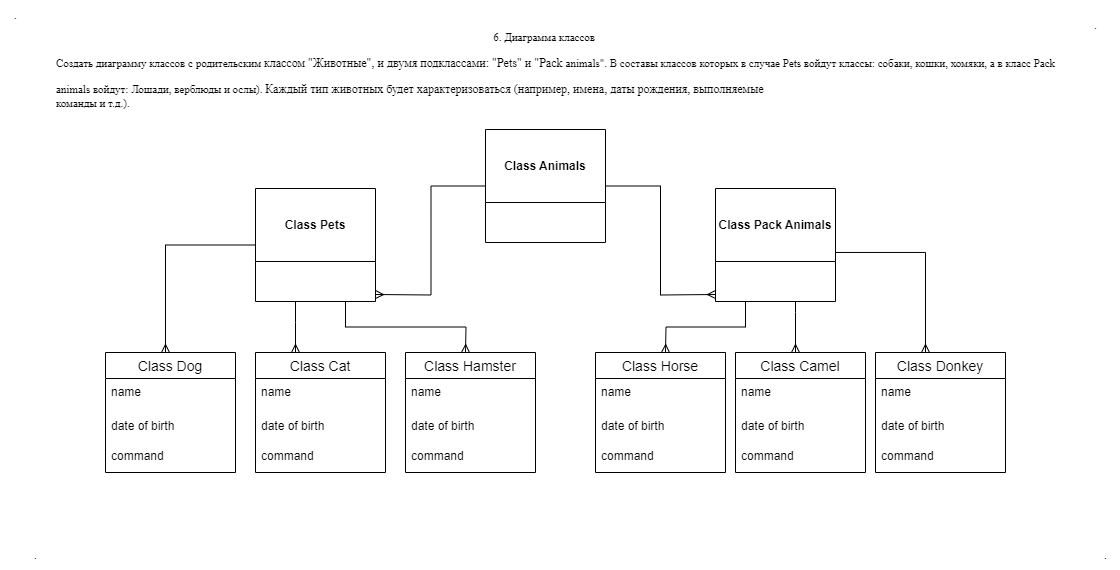
irinabassina/Final_Test_GB keeps this draw.io diagram as Diagram.drawio.png. Above is the earlier version. Source tidied: cells renumbered, new cells last; positions are measured from the earlier drawing's top-left corner, leaving out a move shared by most shapes.
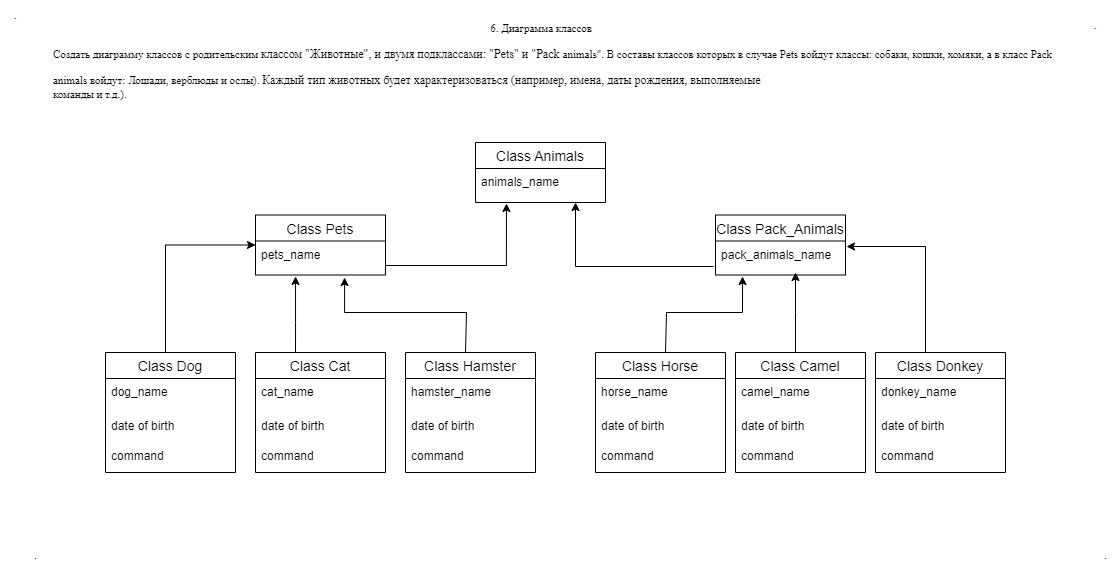
The same diagram one commit later.

The edit, as a diff of the source:
```diff
@@ -1,38 +1,36 @@
-<mxGraphModel>
+<mxGraphModel background="#FFFFFF">
   <root>
     <mxCell id="0" />
     <mxCell id="1" parent="0" />
     <mxCell id="2" value="&lt;p style=&quot;font-size: 11px; line-height: 50%;&quot; class=&quot;MsoNormal&quot;&gt;&lt;/p&gt;&lt;p style=&quot;text-align: left;&quot;&gt;&lt;span style=&quot;line-height: 107%;&quot;&gt;&lt;font face=&quot;Times New Roman&quot; style=&quot;font-size: 11px;&quot;&gt;&amp;nbsp; &amp;nbsp; &amp;nbsp; &amp;nbsp; &amp;nbsp; &amp;nbsp; &amp;nbsp; &amp;nbsp; &amp;nbsp; &amp;nbsp; &amp;nbsp; &amp;nbsp; &amp;nbsp; &amp;nbsp; &amp;nbsp; &amp;nbsp; &amp;nbsp; &amp;nbsp; &amp;nbsp; &amp;nbsp; &amp;nbsp; &amp;nbsp; &amp;nbsp; &amp;nbsp; &amp;nbsp; &amp;nbsp; &amp;nbsp; &amp;nbsp; &amp;nbsp; &amp;nbsp; &amp;nbsp; &amp;nbsp; &amp;nbsp; &amp;nbsp; &amp;nbsp; &amp;nbsp; &amp;nbsp; &amp;nbsp; &amp;nbsp; &amp;nbsp; &amp;nbsp; &amp;nbsp; &amp;nbsp; &amp;nbsp; &amp;nbsp; &amp;nbsp; &amp;nbsp; &amp;nbsp; &amp;nbsp; &amp;nbsp; &amp;nbsp; &amp;nbsp; &amp;nbsp; &amp;nbsp; &amp;nbsp; &amp;nbsp; &amp;nbsp; &amp;nbsp; &amp;nbsp; &amp;nbsp; &amp;nbsp; &amp;nbsp; &amp;nbsp; &amp;nbsp; &amp;nbsp; &amp;nbsp; &amp;nbsp; &amp;nbsp; &amp;nbsp; &amp;nbsp; &amp;nbsp; &amp;nbsp; &amp;nbsp; &amp;nbsp; &amp;nbsp; &amp;nbsp; &amp;nbsp; &amp;nbsp; &amp;nbsp; &amp;nbsp;6. Диаграмма&amp;nbsp;&lt;/font&gt;&lt;/span&gt;&lt;span style=&quot;font-size: 11px; font-family: pJ_wqss9uGPiCE52SY7E; background-color: initial;&quot;&gt;классов&lt;/span&gt;&lt;/p&gt;&lt;p style=&quot;text-align: left;&quot;&gt;&lt;span style=&quot;background-color: initial; font-family: pJ_wqss9uGPiCE52SY7E; font-size: 11px;&quot;&gt;Создать диаграмму классов с родительским&amp;nbsp;&lt;/span&gt;&lt;span style=&quot;background-color: initial; font-family: pJ_wqss9uGPiCE52SY7E;&quot;&gt;классом &quot;Животные&quot;, и двумя подклассами: &quot;Pets&quot; и &quot;Pack&amp;nbsp;&lt;/span&gt;&lt;span style=&quot;font-size: 11px; font-family: pJ_wqss9uGPiCE52SY7E; background-color: initial;&quot;&gt;animals&quot;.&amp;nbsp;&lt;/span&gt;&lt;span style=&quot;font-size: 11px; font-family: pJ_wqss9uGPiCE52SY7E; background-color: initial;&quot;&gt;В составы&amp;nbsp;&lt;/span&gt;&lt;span style=&quot;font-size: 11px; font-family: pJ_wqss9uGPiCE52SY7E; background-color: initial;&quot;&gt;классов которых в случае Pets войдут классы: собаки, кошки, хомяки, а в класс Pack&lt;/span&gt;&lt;/p&gt;&lt;p style=&quot;font-size: 11px;&quot; class=&quot;MsoNormal&quot;&gt;&lt;span style=&quot;line-height: 107%;&quot;&gt;&lt;font face=&quot;pJ_wqss9uGPiCE52SY7E&quot; style=&quot;font-size: 11px;&quot;&gt;&lt;/font&gt;&lt;/span&gt;&lt;/p&gt;&lt;div style=&quot;text-align: left;&quot;&gt;&lt;font face=&quot;pJ_wqss9uGPiCE52SY7E&quot; style=&quot;font-size: 11px;&quot;&gt;&lt;span style=&quot;background-color: initial;&quot;&gt;animals войдут: Лошади, верблюды и ослы).&amp;nbsp;&lt;/span&gt;&lt;/font&gt;&lt;span style=&quot;background-color: initial; font-family: pJ_wqss9uGPiCE52SY7E;&quot;&gt;Каждый тип&amp;nbsp;&lt;/span&gt;&lt;span style=&quot;background-color: initial; font-family: pJ_wqss9uGPiCE52SY7E;&quot;&gt;животных будет характеризоваться (например, имена, даты рождения, выполняемые&lt;/span&gt;&lt;/div&gt;&lt;span style=&quot;line-height: 107%;&quot;&gt;&lt;font face=&quot;pJ_wqss9uGPiCE52SY7E&quot; style=&quot;font-size: 11px;&quot;&gt;&lt;div style=&quot;text-align: left;&quot;&gt;&lt;span style=&quot;background-color: initial;&quot;&gt;команды и т.д.).&lt;/span&gt;&lt;/div&gt;&lt;/font&gt;&lt;/span&gt;&lt;p&gt;&lt;/p&gt;" style="text;html=1;align=center;verticalAlign=middle;strokeColor=none;fillColor=none;" parent="1" vertex="1">
-      <mxGeometry x="45" y="9" width="1020" height="120" as="geometry" />
+      <mxGeometry x="41.5" width="1020" height="120" as="geometry" />
     </mxCell>
-    <mxCell id="3" value="Class Animals" style="swimlane;whiteSpace=wrap;html=1;startSize=73;" parent="1" vertex="1">
-      <mxGeometry x="485" y="129" width="120" height="113" as="geometry" />
-    </mxCell>
-    <mxCell id="4" value="Class Pets" style="swimlane;whiteSpace=wrap;html=1;startSize=73;" parent="1" vertex="1">
-      <mxGeometry x="255" y="188" width="120" height="113" as="geometry" />
-    </mxCell>
-    <mxCell id="5" value="Class Pack Animals" style="swimlane;whiteSpace=wrap;html=1;startSize=73;" parent="1" vertex="1">
-      <mxGeometry x="715" y="188" width="120" height="113" as="geometry" />
-    </mxCell>
-    <mxCell id="6" style="edgeStyle=orthogonalEdgeStyle;fontSize=12;html=1;endArrow=none;endFill=0;rounded=0;entryX=0;entryY=0.5;entryDx=0;entryDy=0;startArrow=ERmany;startFill=0;" parent="1" edge="1" target="3">
+    <mxCell id="6" style="edgeStyle=orthogonalEdgeStyle;fontSize=12;html=1;endArrow=classic;endFill=1;rounded=0;startArrow=none;startFill=0;entryX=0.238;entryY=1.029;entryDx=0;entryDy=0;entryPerimeter=0;" parent="1" edge="1" target="42">
       <mxGeometry relative="1" as="geometry">
-        <mxPoint x="375" y="294" as="sourcePoint" />
+        <mxPoint x="385" y="265" as="sourcePoint" />
+        <Array as="points">
+          <mxPoint x="506" y="265" />
+        </Array>
       </mxGeometry>
     </mxCell>
-    <mxCell id="7" style="edgeStyle=orthogonalEdgeStyle;fontSize=12;html=1;endArrow=none;endFill=0;rounded=0;entryX=1;entryY=0.5;entryDx=0;entryDy=0;elbow=vertical;startArrow=ERmany;startFill=0;" parent="1" edge="1" target="3">
+    <mxCell id="7" style="edgeStyle=elbowEdgeStyle;fontSize=12;html=1;endArrow=classic;endFill=1;rounded=0;startArrow=none;startFill=0;exitX=-0.015;exitY=0.75;exitDx=0;exitDy=0;exitPerimeter=0;" parent="1" edge="1" source="45" target="42">
       <mxGeometry relative="1" as="geometry">
-        <mxPoint x="715" y="294" as="sourcePoint" />
+        <Array as="points">
+          <mxPoint x="575" y="252" />
+          <mxPoint x="599" y="252" />
+        </Array>
       </mxGeometry>
     </mxCell>
-    <mxCell id="8" style="fontSize=12;html=1;endArrow=ERmany;rounded=0;exitX=0;exitY=0.5;exitDx=0;exitDy=0;edgeStyle=elbowEdgeStyle;entryX=0.5;entryY=0;entryDx=0;entryDy=0;" parent="1" edge="1" source="4">
+    <mxCell id="8" style="fontSize=12;html=1;endArrow=none;rounded=0;exitX=0;exitY=0.5;exitDx=0;exitDy=0;edgeStyle=elbowEdgeStyle;entryX=0.5;entryY=0;entryDx=0;entryDy=0;endFill=0;startArrow=classic;startFill=1;" parent="1" edge="1">
       <mxGeometry relative="1" as="geometry">
+        <mxPoint x="255" y="244.5" as="sourcePoint" />
         <mxPoint x="165" y="352" as="targetPoint" />
         <Array as="points">
           <mxPoint x="165" y="292" />
         </Array>
       </mxGeometry>
     </mxCell>
-    <mxCell id="9" style="fontSize=12;html=1;endArrow=ERmany;rounded=0;edgeStyle=elbowEdgeStyle;entryX=0.5;entryY=0;entryDx=0;entryDy=0;exitX=1;exitY=0.566;exitDx=0;exitDy=0;exitPerimeter=0;" parent="1" edge="1" source="5">
+    <mxCell id="9" style="fontSize=12;html=1;endArrow=none;rounded=0;edgeStyle=elbowEdgeStyle;entryX=0.5;entryY=0;entryDx=0;entryDy=0;exitX=1.008;exitY=0.162;exitDx=0;exitDy=0;endFill=0;startArrow=classic;startFill=1;exitPerimeter=0;" parent="1" edge="1" source="45">
       <mxGeometry relative="1" as="geometry">
         <mxPoint x="925" y="352" as="targetPoint" />
         <Array as="points">
@@ -40,23 +38,26 @@
         </Array>
       </mxGeometry>
     </mxCell>
-    <mxCell id="10" style="fontSize=12;html=1;endArrow=ERmany;rounded=0;edgeStyle=elbowEdgeStyle;entryX=0.5;entryY=0;entryDx=0;entryDy=0;elbow=vertical;exitX=0.5;exitY=1;exitDx=0;exitDy=0;" parent="1" edge="1">
+    <mxCell id="10" style="fontSize=12;html=1;endArrow=none;rounded=0;edgeStyle=elbowEdgeStyle;entryX=0.5;entryY=0;entryDx=0;entryDy=0;elbow=vertical;exitX=0.308;exitY=1.044;exitDx=0;exitDy=0;endFill=0;startArrow=classic;startFill=1;exitPerimeter=0;" parent="1" edge="1" source="43">
       <mxGeometry relative="1" as="geometry">
-        <mxPoint x="295" y="301" as="sourcePoint" />
         <mxPoint x="295" y="352" as="targetPoint" />
         <Array as="points">
           <mxPoint x="295" y="322" />
         </Array>
       </mxGeometry>
     </mxCell>
-    <mxCell id="11" style="fontSize=12;html=1;endArrow=ERmany;rounded=0;exitX=0.75;exitY=1;exitDx=0;exitDy=0;edgeStyle=orthogonalEdgeStyle;entryX=0.5;entryY=0;entryDx=0;entryDy=0;elbow=vertical;" parent="1" edge="1" source="4">
+    <mxCell id="11" style="fontSize=12;html=1;endArrow=none;rounded=0;exitX=0.685;exitY=1.074;exitDx=0;exitDy=0;edgeStyle=orthogonalEdgeStyle;entryX=0.5;entryY=0;entryDx=0;entryDy=0;elbow=vertical;endFill=0;startArrow=classic;startFill=1;exitPerimeter=0;" parent="1" edge="1" source="43">
       <mxGeometry relative="1" as="geometry">
         <mxPoint x="465" y="352" as="targetPoint" />
+        <Array as="points">
+          <mxPoint x="344" y="312" />
+          <mxPoint x="466" y="312" />
+        </Array>
       </mxGeometry>
     </mxCell>
-    <mxCell id="12" style="fontSize=12;html=1;endArrow=ERmany;rounded=0;edgeStyle=elbowEdgeStyle;entryX=0.5;entryY=0;entryDx=0;entryDy=0;elbow=vertical;exitX=0.5;exitY=1;exitDx=0;exitDy=0;" parent="1" edge="1">
+    <mxCell id="12" style="fontSize=12;html=1;endArrow=none;rounded=0;edgeStyle=elbowEdgeStyle;entryX=0.5;entryY=0;entryDx=0;entryDy=0;elbow=vertical;endFill=0;startArrow=classic;startFill=1;" parent="1" edge="1">
       <mxGeometry relative="1" as="geometry">
-        <mxPoint x="795" y="301" as="sourcePoint" />
+        <mxPoint x="795" y="272" as="sourcePoint" />
         <mxPoint x="795" y="352" as="targetPoint" />
         <Array as="points">
           <mxPoint x="1265" y="312" />
@@ -66,7 +67,7 @@
     <mxCell id="13" value="Class Dog" style="swimlane;fontStyle=0;horizontal=1;startSize=26;align=center;fontSize=14;" parent="1" vertex="1">
       <mxGeometry x="105" y="352" width="130" height="120" as="geometry" />
     </mxCell>
-    <mxCell id="14" value="name" style="text;strokeColor=none;fillColor=none;spacingLeft=4;spacingRight=4;overflow=hidden;fontSize=12;whiteSpace=wrap;html=1;" parent="13" vertex="1">
+    <mxCell id="14" value="dog_name" style="text;strokeColor=none;fillColor=none;spacingLeft=4;spacingRight=4;overflow=hidden;fontSize=12;whiteSpace=wrap;html=1;" parent="13" vertex="1">
       <mxGeometry y="26" width="130" height="34" as="geometry" />
     </mxCell>
     <mxCell id="15" value="date of birth" style="text;strokeColor=none;fillColor=none;spacingLeft=4;spacingRight=4;overflow=hidden;fontSize=12;whiteSpace=wrap;html=1;" parent="13" vertex="1">
@@ -78,7 +79,7 @@
     <mxCell id="17" value="Class Cat" style="swimlane;fontStyle=0;horizontal=1;startSize=26;align=center;fontSize=14;" parent="1" vertex="1">
       <mxGeometry x="255" y="352" width="130" height="120" as="geometry" />
     </mxCell>
-    <mxCell id="18" value="name" style="text;strokeColor=none;fillColor=none;spacingLeft=4;spacingRight=4;overflow=hidden;fontSize=12;whiteSpace=wrap;html=1;" parent="17" vertex="1">
+    <mxCell id="18" value="cat_name" style="text;strokeColor=none;fillColor=none;spacingLeft=4;spacingRight=4;overflow=hidden;fontSize=12;whiteSpace=wrap;html=1;" parent="17" vertex="1">
       <mxGeometry y="26" width="130" height="34" as="geometry" />
     </mxCell>
     <mxCell id="19" value="date of birth" style="text;strokeColor=none;fillColor=none;spacingLeft=4;spacingRight=4;overflow=hidden;fontSize=12;whiteSpace=wrap;html=1;" parent="17" vertex="1">
@@ -90,7 +91,7 @@
     <mxCell id="21" value="Class Hamster" style="swimlane;fontStyle=0;horizontal=1;startSize=26;align=center;fontSize=14;" parent="1" vertex="1">
       <mxGeometry x="405" y="352" width="130" height="120" as="geometry" />
     </mxCell>
-    <mxCell id="22" value="name" style="text;strokeColor=none;fillColor=none;spacingLeft=4;spacingRight=4;overflow=hidden;fontSize=12;whiteSpace=wrap;html=1;" parent="21" vertex="1">
+    <mxCell id="22" value="hamster_name" style="text;strokeColor=none;fillColor=none;spacingLeft=4;spacingRight=4;overflow=hidden;fontSize=12;whiteSpace=wrap;html=1;" parent="21" vertex="1">
       <mxGeometry y="26" width="130" height="34" as="geometry" />
     </mxCell>
     <mxCell id="23" value="date of birth" style="text;strokeColor=none;fillColor=none;spacingLeft=4;spacingRight=4;overflow=hidden;fontSize=12;whiteSpace=wrap;html=1;" parent="21" vertex="1">
@@ -102,7 +103,7 @@
     <mxCell id="25" value="Class Horse" style="swimlane;fontStyle=0;horizontal=1;startSize=26;align=center;fontSize=14;" parent="1" vertex="1">
       <mxGeometry x="595" y="352" width="130" height="120" as="geometry" />
     </mxCell>
-    <mxCell id="26" value="name" style="text;strokeColor=none;fillColor=none;spacingLeft=4;spacingRight=4;overflow=hidden;fontSize=12;whiteSpace=wrap;html=1;" parent="25" vertex="1">
+    <mxCell id="26" value="horse_name" style="text;strokeColor=none;fillColor=none;spacingLeft=4;spacingRight=4;overflow=hidden;fontSize=12;whiteSpace=wrap;html=1;" parent="25" vertex="1">
       <mxGeometry y="26" width="130" height="34" as="geometry" />
     </mxCell>
     <mxCell id="27" value="date of birth" style="text;strokeColor=none;fillColor=none;spacingLeft=4;spacingRight=4;overflow=hidden;fontSize=12;whiteSpace=wrap;html=1;" parent="25" vertex="1">
@@ -114,7 +115,7 @@
     <mxCell id="29" value="Class Camel" style="swimlane;fontStyle=0;horizontal=1;startSize=26;align=center;fontSize=14;" parent="1" vertex="1">
       <mxGeometry x="735" y="352" width="130" height="120" as="geometry" />
     </mxCell>
-    <mxCell id="30" value="name" style="text;strokeColor=none;fillColor=none;spacingLeft=4;spacingRight=4;overflow=hidden;fontSize=12;whiteSpace=wrap;html=1;" parent="29" vertex="1">
+    <mxCell id="30" value="camel_name" style="text;strokeColor=none;fillColor=none;spacingLeft=4;spacingRight=4;overflow=hidden;fontSize=12;whiteSpace=wrap;html=1;" parent="29" vertex="1">
       <mxGeometry y="26" width="130" height="34" as="geometry" />
     </mxCell>
     <mxCell id="31" value="date of birth" style="text;strokeColor=none;fillColor=none;spacingLeft=4;spacingRight=4;overflow=hidden;fontSize=12;whiteSpace=wrap;html=1;" parent="29" vertex="1">
@@ -126,7 +127,7 @@
     <mxCell id="33" value="Class Donkey" style="swimlane;fontStyle=0;horizontal=1;startSize=26;align=center;fontSize=14;" parent="1" vertex="1">
       <mxGeometry x="875" y="352" width="130" height="120" as="geometry" />
     </mxCell>
-    <mxCell id="34" value="name" style="text;strokeColor=none;fillColor=none;spacingLeft=4;spacingRight=4;overflow=hidden;fontSize=12;whiteSpace=wrap;html=1;" parent="33" vertex="1">
+    <mxCell id="34" value="donkey_name" style="text;strokeColor=none;fillColor=none;spacingLeft=4;spacingRight=4;overflow=hidden;fontSize=12;whiteSpace=wrap;html=1;" parent="33" vertex="1">
       <mxGeometry y="26" width="130" height="34" as="geometry" />
     </mxCell>
     <mxCell id="35" value="date of birth" style="text;strokeColor=none;fillColor=none;spacingLeft=4;spacingRight=4;overflow=hidden;fontSize=12;whiteSpace=wrap;html=1;" parent="33" vertex="1">
@@ -147,10 +148,32 @@
     <mxCell id="40" value="." style="text;html=1;align=center;verticalAlign=middle;strokeColor=none;fillColor=none;" parent="1" vertex="1">
       <mxGeometry x="1080" y="10" width="30" height="30" as="geometry" />
     </mxCell>
-    <mxCell id="41" style="fontSize=12;html=1;endArrow=ERmany;rounded=0;exitX=0.25;exitY=1;exitDx=0;exitDy=0;edgeStyle=orthogonalEdgeStyle;entryX=0.5;entryY=0;entryDx=0;entryDy=0;elbow=vertical;" parent="1" edge="1" source="5">
+    <mxCell id="41" style="fontSize=12;html=1;endArrow=none;rounded=0;exitX=0.208;exitY=1.044;exitDx=0;exitDy=0;edgeStyle=orthogonalEdgeStyle;entryX=0.5;entryY=0;entryDx=0;entryDy=0;elbow=vertical;endFill=0;startArrow=classic;startFill=1;exitPerimeter=0;" parent="1" edge="1" source="45">
       <mxGeometry relative="1" as="geometry">
         <mxPoint x="665" y="352" as="targetPoint" />
+        <Array as="points">
+          <mxPoint x="742" y="312" />
+          <mxPoint x="666" y="312" />
+        </Array>
       </mxGeometry>
     </mxCell>
+    <mxCell id="3" value="Class Animals" style="swimlane;fontStyle=0;horizontal=1;startSize=26;align=center;fontSize=14;" parent="1" vertex="1">
+      <mxGeometry x="475" y="142" width="130" height="60" as="geometry" />
+    </mxCell>
+    <mxCell id="42" value="animals_name" style="text;strokeColor=none;fillColor=none;spacingLeft=4;spacingRight=4;overflow=hidden;points=[[0,0.5],[1,0.5]];portConstraint=eastwest;fontSize=12;whiteSpace=wrap;html=1;" parent="3" vertex="1">
+      <mxGeometry y="26" width="130" height="34" as="geometry" />
+    </mxCell>
+    <mxCell id="4" value="Class Pets" style="swimlane;fontStyle=0;horizontal=1;startSize=26;align=center;fontSize=14;" parent="1" vertex="1">
+      <mxGeometry x="255" y="214.5" width="130" height="60" as="geometry" />
+    </mxCell>
+    <mxCell id="43" value="pets_name" style="text;strokeColor=none;fillColor=none;spacingLeft=4;spacingRight=4;overflow=hidden;points=[[0,0.5],[1,0.5]];portConstraint=eastwest;fontSize=12;whiteSpace=wrap;html=1;" parent="4" vertex="1">
+      <mxGeometry y="26" width="130" height="34" as="geometry" />
+    </mxCell>
+    <mxCell id="44" value="Class Pack_Animals" style="swimlane;fontStyle=0;horizontal=1;startSize=26;align=center;fontSize=14;" parent="1" vertex="1">
+      <mxGeometry x="715" y="214.5" width="130" height="60" as="geometry" />
+    </mxCell>
+    <mxCell id="45" value="pack_animals_name" style="text;strokeColor=none;fillColor=none;spacingLeft=4;spacingRight=4;overflow=hidden;points=[[0,0.5],[1,0.5]];portConstraint=eastwest;fontSize=12;whiteSpace=wrap;html=1;" parent="44" vertex="1">
+      <mxGeometry y="26" width="130" height="34" as="geometry" />
+    </mxCell>
   </root>
 </mxGraphModel>
```
